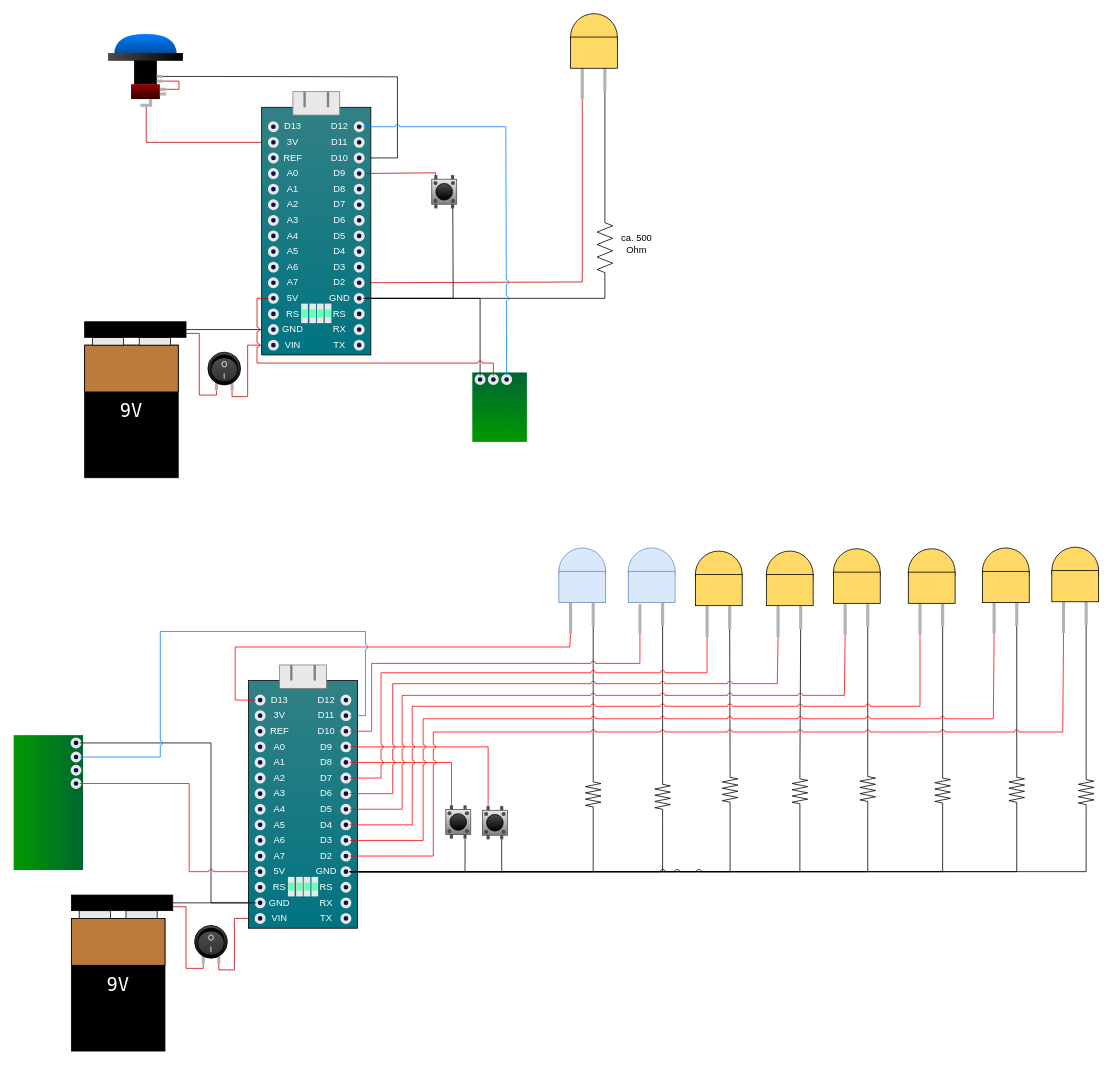
Earlier version of the draw.io diagram diagrams/graphical circuit diagram.drawio (andreasnicklaus/game-buzzers). Source tidied: cells renumbered, new cells numbered last; positions are measured from the earlier drawing's top-left corner, leaving out a move shared by most shapes. Both pictures are drawn from the tidied source at 78%, with x=0, y=0 at pixel (-20, 12).
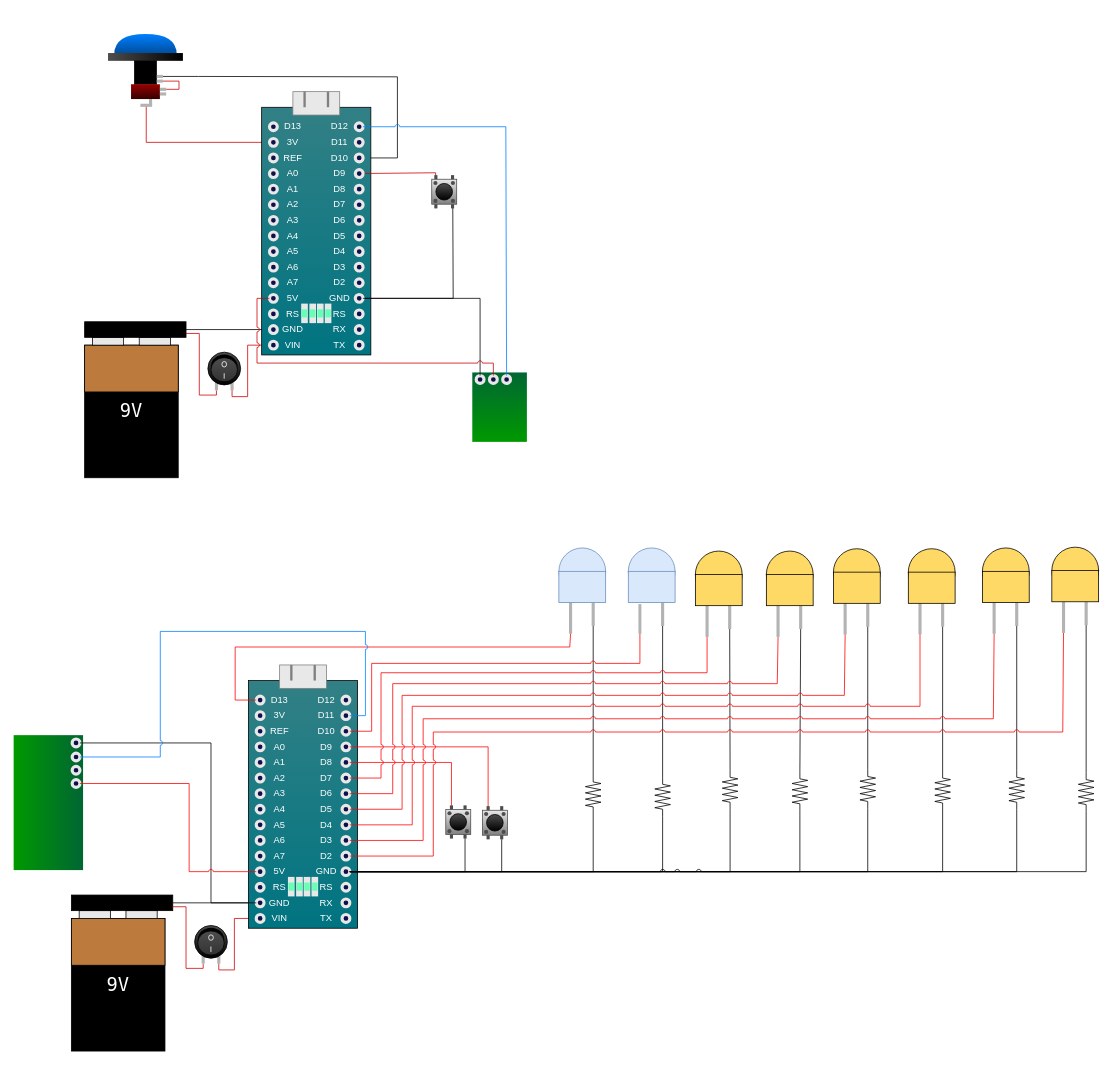
The same page after the edit.

Commit message:
Removed extra transmitter led from diagram

The change refers to these unchanged cells:
```xml
<mxCell id="72" style="ellipse;whiteSpace=wrap;html=1;strokeColor=#E8E8E8;fillColor=#0F0F4A;strokeWidth=4;rotation=90;" parent="41" vertex="1">
  <mxGeometry x="120" y="240" width="10" height="10" as="geometry" />
</mxCell>
<mxCell id="74" style="ellipse;whiteSpace=wrap;html=1;strokeColor=#E8E8E8;fillColor=#0F0F4A;strokeWidth=4;rotation=90;" parent="41" vertex="1">
  <mxGeometry x="120" y="260" width="10" height="10" as="geometry" />
</mxCell>
```

The edit, as a diff of the source:
```diff
@@
-    <mxCell id="19" style="group;" parent="1" vertex="1">
-      <mxGeometry x="756" y="1" width="60" height="110" as="geometry" />
-    </mxCell>
-    <mxCell id="20" style="rounded=0;whiteSpace=wrap;html=1;fillColor=#B3B3B3;strokeColor=none;" parent="19" vertex="1">
-      <mxGeometry x="42" y="70" width="4" height="30" as="geometry" />
-    </mxCell>
-    <mxCell id="21" style="rounded=0;whiteSpace=wrap;html=1;fillColor=#B3B3B3;strokeColor=none;" parent="19" vertex="1">
-      <mxGeometry x="13" y="70" width="4" height="40" as="geometry" />
-    </mxCell>
-    <mxCell id="22" style="ellipse;whiteSpace=wrap;html=1;fillColor=#FFD966;" parent="19" vertex="1">
-      <mxGeometry width="60" height="60" as="geometry" />
-    </mxCell>
-    <mxCell id="23" style="rounded=0;whiteSpace=wrap;html=1;fillColor=#FFD966;shadow=0;" parent="19" vertex="1">
-      <mxGeometry y="30" width="60" height="40" as="geometry" />
-    </mxCell>
-    <mxCell id="24" style="edgeStyle=orthogonalEdgeStyle;rounded=0;jettySize=auto;html=1;endArrow=none;endFill=0;" parent="1" edge="1" source="137" target="74">
-      <mxGeometry relative="1" as="geometry">
-        <Array as="points">
-          <mxPoint x="800" y="366" />
-        </Array>
-      </mxGeometry>
-    </mxCell>
-    <mxCell id="25" style="edgeStyle=orthogonalEdgeStyle;rounded=0;jettySize=auto;html=1;endArrow=none;endFill=0;strokeColor=#CC0000;" parent="1" edge="1" source="21" target="72">
-      <mxGeometry relative="1" as="geometry">
-        <Array as="points">
-          <mxPoint x="771" y="345" />
-        </Array>
-      </mxGeometry>
-    </mxCell>
-    <mxCell id="26" value="ca. 500 Ohm" style="text;html=1;align=center;verticalAlign=middle;whiteSpace=wrap;rounded=0;" parent="1" vertex="1">
-      <mxGeometry x="811" y="281" width="60" height="30" as="geometry" />
-    </mxCell>
@@
-    <mxCell id="136" style="edgeStyle=orthogonalEdgeStyle;rounded=0;jettySize=auto;html=1;endArrow=none;endFill=0;entryX=1;entryY=0.5;entryDx=0;entryDy=0;entryPerimeter=0;" parent="1" edge="1" source="20" target="137">
-      <mxGeometry relative="1" as="geometry" />
-    </mxCell>
-    <mxCell id="137" style="verticalLabelPosition=bottom;shadow=0;dashed=0;align=center;html=1;verticalAlign=top;shape=mxgraph.electrical.resistors.resistor_2;rotation=-90;" parent="1" vertex="1">
-      <mxGeometry x="750" y="291" width="100" height="20" as="geometry" />
-    </mxCell>
```
